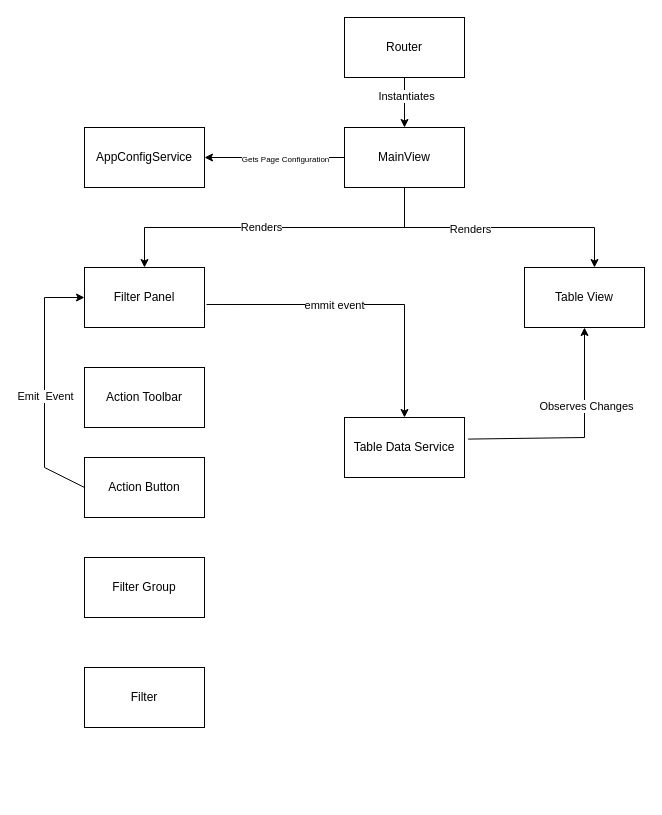
This is Untitled Diagram.drawio from bobwares/state-machine, a draw.io file, before an edit. Source tidied: cells renumbered, new cells numbered last; positions are measured from the earlier drawing's top-left corner, leaving out a move shared by most shapes. Both pictures are drawn from the tidied source at 100%, with x=0, y=0 at pixel (44, 17).
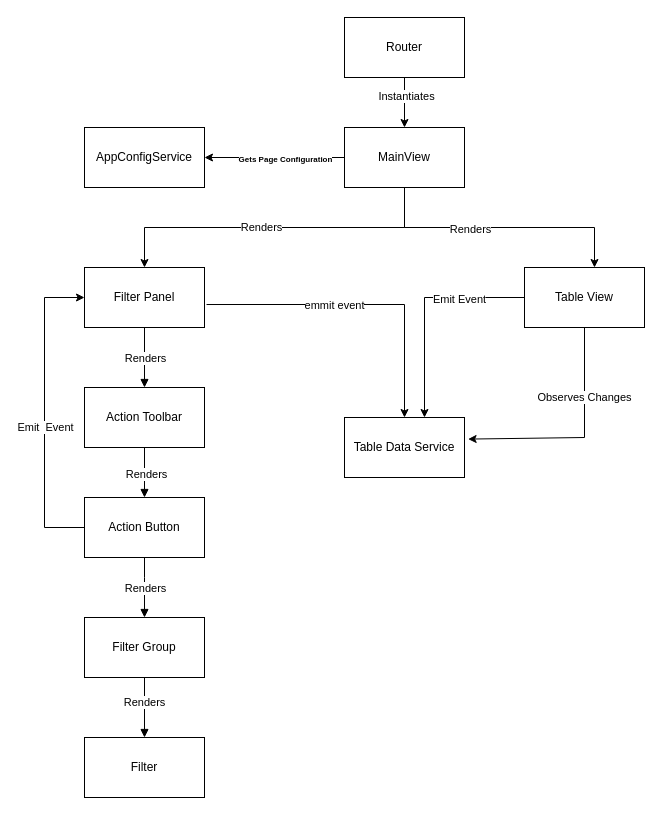
After the change.

The change refers to these unchanged cells:
```xml
<mxCell id="2" style="edgeStyle=orthogonalEdgeStyle;rounded=0;jettySize=auto;html=1;" parent="1" edge="1" source="4" target="25">
  <mxGeometry relative="1" as="geometry" />
</mxCell>
<mxCell id="5" value="Filter Panel" style="rounded=0;whiteSpace=wrap;html=1;" parent="1" vertex="1">
  <mxGeometry x="40" y="250" width="120" height="60" as="geometry" />
</mxCell>
<mxCell id="6" value="Table View" style="rounded=0;whiteSpace=wrap;html=1;" parent="1" vertex="1">
  <mxGeometry x="480" y="250" width="120" height="60" as="geometry" />
</mxCell>
<mxCell id="11" value="Table Data Service" style="rounded=0;whiteSpace=wrap;html=1;" parent="1" vertex="1">
  <mxGeometry x="300" y="400" width="120" height="60" as="geometry" />
</mxCell>
```

What changed in the source:
```diff
@@
-    <mxCell id="3" value="&lt;font style=&quot;font-size: 8px&quot;&gt;Gets Page Configuration&lt;/font&gt;" style="edgeLabel;html=1;align=center;verticalAlign=middle;" parent="2" vertex="1">
+    <mxCell id="3" value="&lt;font style=&quot;font-size: 8px&quot;&gt;Gets Page Configuration&lt;/font&gt;" style="edgeLabel;html=1;align=center;verticalAlign=middle;fontStyle=1;" parent="2" vertex="1">
       <mxGeometry x="0.23" relative="1" as="geometry">
         <mxPoint x="26" as="offset" />
       </mxGeometry>
     </mxCell>
@@
+    <mxCell id="26" style="edgeStyle=orthogonalEdgeStyle;rounded=0;jettySize=auto;html=1;fontSize=11;endArrow=block;endFill=1;" parent="1" edge="1" source="5" target="7">
+      <mxGeometry relative="1" as="geometry" />
+    </mxCell>
+    <mxCell id="27" value="Renders" style="edgeLabel;html=1;align=center;verticalAlign=middle;fontSize=11;" parent="26" vertex="1">
+      <mxGeometry x="0.3" y="1" relative="1" as="geometry">
+        <mxPoint x="-1" y="-9" as="offset" />
+      </mxGeometry>
+    </mxCell>
@@
+    <mxCell id="28" style="edgeStyle=orthogonalEdgeStyle;rounded=0;jettySize=auto;html=1;fontSize=11;endArrow=block;endFill=1;" parent="1" edge="1" source="7" target="8">
+      <mxGeometry relative="1" as="geometry" />
+    </mxCell>
+    <mxCell id="29" value="Renders" style="edgeLabel;html=1;align=center;verticalAlign=middle;fontSize=11;" parent="28" vertex="1">
+      <mxGeometry x="0.26" y="3" relative="1" as="geometry">
+        <mxPoint x="-2" y="-6" as="offset" />
+      </mxGeometry>
+    </mxCell>
     <mxCell id="7" value="Action Toolbar" style="rounded=0;whiteSpace=wrap;html=1;" parent="1" vertex="1">
-      <mxGeometry x="40" y="350" width="120" height="60" as="geometry" />
+      <mxGeometry x="40" y="370" width="120" height="60" as="geometry" />
     </mxCell>
+    <mxCell id="30" style="edgeStyle=orthogonalEdgeStyle;rounded=0;jettySize=auto;html=1;fontSize=11;endArrow=block;endFill=1;" parent="1" edge="1" source="8" target="9">
+      <mxGeometry relative="1" as="geometry">
+        <Array as="points">
+          <mxPoint x="100" y="560" />
+          <mxPoint x="100" y="560" />
+        </Array>
+      </mxGeometry>
+    </mxCell>
+    <mxCell id="31" value="Renders" style="edgeLabel;html=1;align=center;verticalAlign=middle;fontSize=11;" parent="30" vertex="1">
+      <mxGeometry x="0.31" relative="1" as="geometry">
+        <mxPoint y="-9" as="offset" />
+      </mxGeometry>
+    </mxCell>
     <mxCell id="8" value="Action Button" style="rounded=0;whiteSpace=wrap;html=1;" parent="1" vertex="1">
-      <mxGeometry x="40" y="440" width="120" height="60" as="geometry" />
+      <mxGeometry x="40" y="480" width="120" height="60" as="geometry" />
     </mxCell>
+    <mxCell id="32" style="edgeStyle=orthogonalEdgeStyle;rounded=0;jettySize=auto;html=1;fontSize=11;endArrow=block;endFill=1;" parent="1" edge="1" source="9" target="10">
+      <mxGeometry relative="1" as="geometry" />
+    </mxCell>
+    <mxCell id="33" value="Renders" style="edgeLabel;html=1;align=center;verticalAlign=middle;fontSize=11;" parent="32" vertex="1">
+      <mxGeometry x="-0.32" y="-1" relative="1" as="geometry">
+        <mxPoint y="4" as="offset" />
+      </mxGeometry>
+    </mxCell>
     <mxCell id="9" value="Filter Group" style="rounded=0;whiteSpace=wrap;html=1;" parent="1" vertex="1">
-      <mxGeometry x="40" y="540" width="120" height="60" as="geometry" />
+      <mxGeometry x="40" y="600" width="120" height="60" as="geometry" />
     </mxCell>
     <mxCell id="10" value="Filter" style="rounded=0;whiteSpace=wrap;html=1;" parent="1" vertex="1">
-      <mxGeometry x="40" y="650" width="120" height="60" as="geometry" />
+      <mxGeometry x="40" y="720" width="120" height="60" as="geometry" />
     </mxCell>
@@
-    <mxCell id="12" style="endArrow=classic;html=1;rounded=0;exitX=1.03;exitY=0.36;exitDx=0;exitDy=0;exitPerimeter=0;entryX=0.5;entryY=1;entryDx=0;entryDy=0;" parent="1" edge="1" source="11" target="6">
+    <mxCell id="12" style="endArrow=classic;html=1;rounded=0;exitX=0.5;exitY=1;exitDx=0;exitDy=0;entryX=1.03;entryY=0.36;entryDx=0;entryDy=0;entryPerimeter=0;" parent="1" edge="1" source="6" target="11">
       <mxGeometry relative="1" as="geometry">
         <Array as="points">
           <mxPoint x="540" y="420" />
         </Array>
       </mxGeometry>
     </mxCell>
     <mxCell id="13" value="Observes Changes" style="edgeLabel;html=1;align=center;verticalAlign=middle;" parent="12" vertex="1">
-      <mxGeometry x="0.31" y="-1" relative="1" as="geometry" />
+      <mxGeometry x="0.31" y="-1" relative="1" as="geometry">
+        <mxPoint x="38" y="-40" as="offset" />
+      </mxGeometry>
     </mxCell>
@@
     <mxCell id="16" style="endArrow=classic;html=1;rounded=0;exitX=0;exitY=0.5;exitDx=0;exitDy=0;" parent="1" edge="1" source="8">
       <mxGeometry relative="1" as="geometry">
         <mxPoint x="40" y="280" as="targetPoint" />
         <Array as="points">
-          <mxPoint y="450" />
+          <mxPoint y="510" />
           <mxPoint y="280" />
         </Array>
       </mxGeometry>
     </mxCell>
@@
+    <mxCell id="34" style="endArrow=classic;html=1;rounded=0;fontSize=8;exitX=0;exitY=0.5;exitDx=0;exitDy=0;" parent="1" edge="1" source="6">
+      <mxGeometry relative="1" as="geometry">
+        <mxPoint x="380" y="400" as="targetPoint" />
+        <Array as="points">
+          <mxPoint x="380" y="280" />
+        </Array>
+      </mxGeometry>
+    </mxCell>
+    <mxCell id="35" value="Emit Event" style="edgeLabel;html=1;align=center;verticalAlign=middle;fontSize=11;" parent="34" vertex="1">
+      <mxGeometry x="-0.4" y="1" relative="1" as="geometry" />
+    </mxCell>
```
